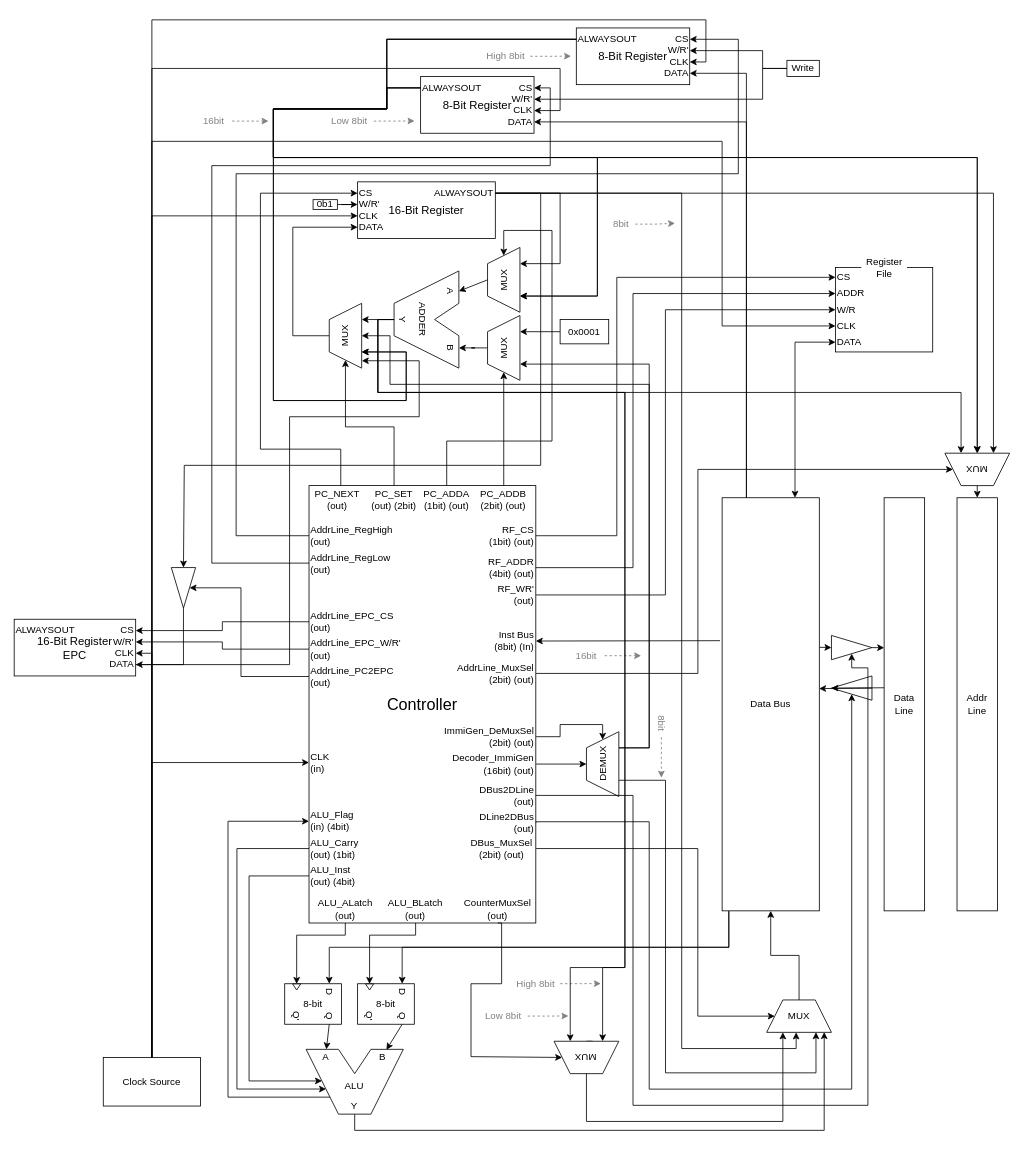
This is wa824/docs/core/I/wa824I.drawio from BeomjunKim-3p/wach, a draw.io file, before an edit. Source tidied: cells renumbered, new cells numbered last; positions are measured from the earlier drawing's top-left corner, leaving out a move shared by most shapes. Both pictures are drawn from the tidied source at 81%, with x=0, y=0 at pixel (14, 11).
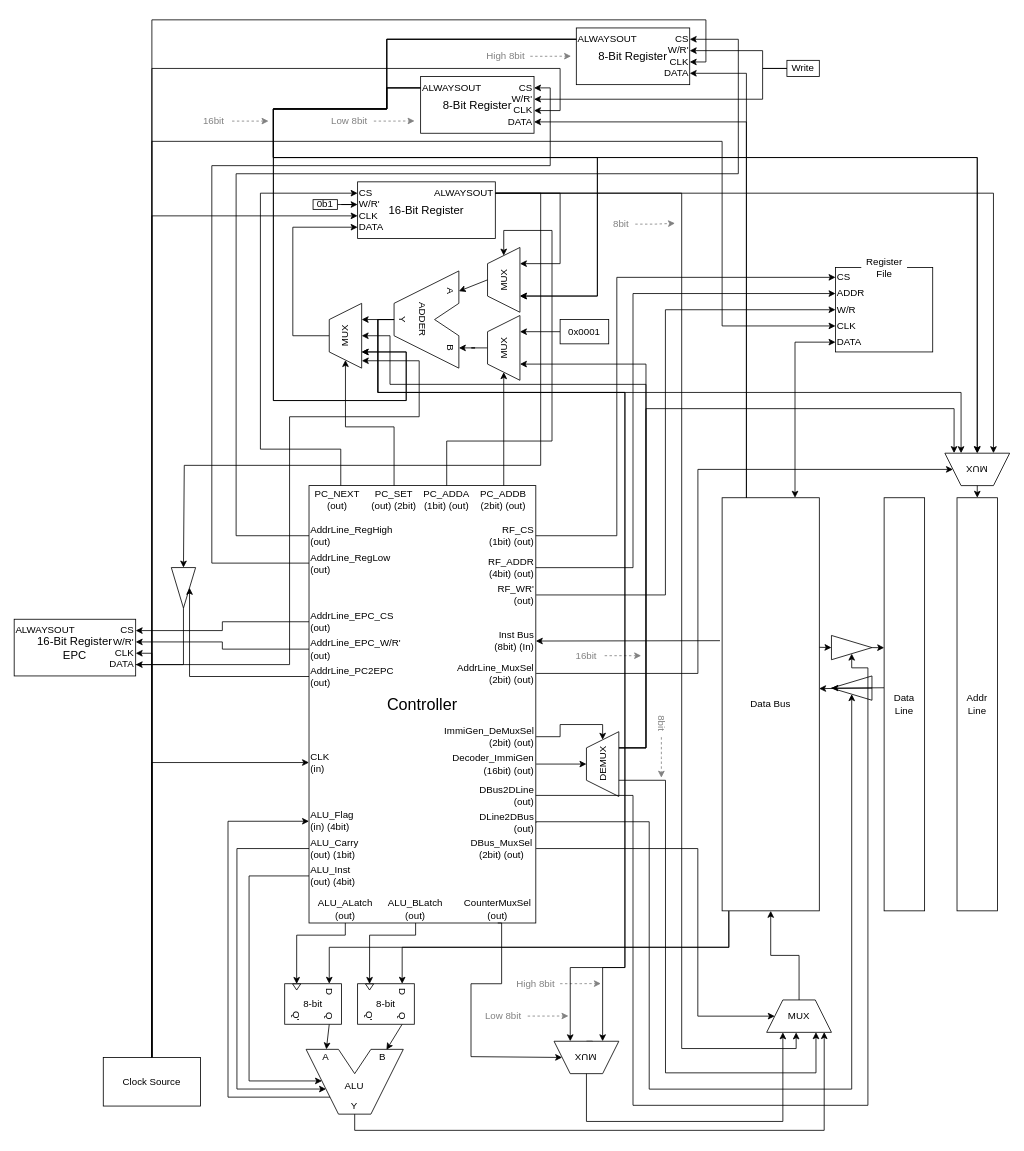
After the change.

The change refers to these unchanged cells:
```xml
<mxCell id="18" value="MUX" style="shape=trapezoid;perimeter=trapezoidPerimeter;whiteSpace=wrap;html=1;fixedSize=1;rotation=-90;" parent="1" vertex="1">
  <mxGeometry x="369" y="380" width="80" height="40" as="geometry" />
</mxCell>
<mxCell id="84" value="DEMUX" style="shape=trapezoid;perimeter=trapezoidPerimeter;whiteSpace=wrap;html=1;fixedSize=1;rotation=-90;" parent="1" vertex="1">
  <mxGeometry x="686.5" y="908.8" width="80" height="40" as="geometry" />
</mxCell>
<mxCell id="88" value="MUX" style="shape=trapezoid;perimeter=trapezoidPerimeter;whiteSpace=wrap;html=1;fixedSize=1;rotation=-90;" parent="1" vertex="1">
  <mxGeometry x="564.4" y="395" width="80" height="40" as="geometry" />
</mxCell>
<mxCell id="130" value="MUX" style="shape=trapezoid;perimeter=trapezoidPerimeter;whiteSpace=wrap;html=1;fixedSize=1;rotation=180;" parent="1" vertex="1">
  <mxGeometry x="1149" y="545" width="80" height="40" as="geometry" />
</mxCell>
<mxCell id="213" value="AddrLine_PC2EPC&lt;div&gt;&lt;div&gt;&lt;div&gt;(out)&lt;/div&gt;&lt;/div&gt;&lt;/div&gt;" style="text;html=1;whiteSpace=wrap;strokeColor=none;fillColor=none;align=left;verticalAlign=middle;rounded=0;" parent="1" vertex="1">
  <mxGeometry x="364" y="803.8" width="120.4" height="33.8" as="geometry" />
</mxCell>
<mxCell id="214" style="triangle;whiteSpace=wrap;html=1;shapeInside=1;direction=south;" parent="1" vertex="1">
  <mxGeometry x="194" y="686.2" width="30" height="50" as="geometry" />
</mxCell>
```

Change to the diagram source:
```diff
@@
     <mxCell id="82" style="edgeStyle=orthogonalEdgeStyle;rounded=0;jettySize=auto;html=1;exitX=0.75;exitY=1;exitDx=0;exitDy=0;entryX=0.5;entryY=1;entryDx=0;entryDy=0;" parent="1" edge="1" source="84" target="18">
       <mxGeometry relative="1" as="geometry">
         <Array as="points">
-          <mxPoint x="784" y="908.8" />
-          <mxPoint x="784" y="460" />
+          <mxPoint x="780" y="908.8" />
+          <mxPoint x="780" y="460" />
           <mxPoint x="464" y="460" />
           <mxPoint x="464" y="400" />
         </Array>
       </mxGeometry>
     </mxCell>
     <mxCell id="83" style="edgeStyle=orthogonalEdgeStyle;rounded=0;jettySize=auto;html=1;exitX=0.75;exitY=1;exitDx=0;exitDy=0;entryX=0.25;entryY=1;entryDx=0;entryDy=0;" parent="1" edge="1" source="84" target="88">
       <mxGeometry relative="1" as="geometry">
         <Array as="points">
-          <mxPoint x="784" y="908.8" />
-          <mxPoint x="784" y="435" />
+          <mxPoint x="780" y="908.8" />
+          <mxPoint x="780" y="435" />
         </Array>
       </mxGeometry>
     </mxCell>
@@
     <mxCell id="216" style="edgeStyle=orthogonalEdgeStyle;jettySize=auto;html=1;rounded=0;exitX=0;exitY=0.5;exitDx=0;exitDy=0;entryX=0.5;entryY=0;entryDx=0;entryDy=0;" parent="1" edge="1" source="213" target="214">
       <mxGeometry relative="1" as="geometry">
         <Array as="points">
-          <mxPoint x="280" y="820.6" />
-          <mxPoint x="280" y="711.3" />
+          <mxPoint x="216.5" y="820.6" />
         </Array>
       </mxGeometry>
     </mxCell>
+    <mxCell id="217" style="edgeStyle=orthogonalEdgeStyle;jettySize=auto;html=1;rounded=0;exitX=0.75;exitY=1;exitDx=0;exitDy=0;entryX=0.858;entryY=1.004;entryDx=0;entryDy=0;entryPerimeter=0;" parent="1" edge="1" source="84" target="130">
+      <mxGeometry relative="1" as="geometry">
+        <Array as="points">
+          <mxPoint x="780" y="908.8" />
+          <mxPoint x="780" y="490" />
+          <mxPoint x="1160.4" y="490" />
+        </Array>
+      </mxGeometry>
+    </mxCell>
```
